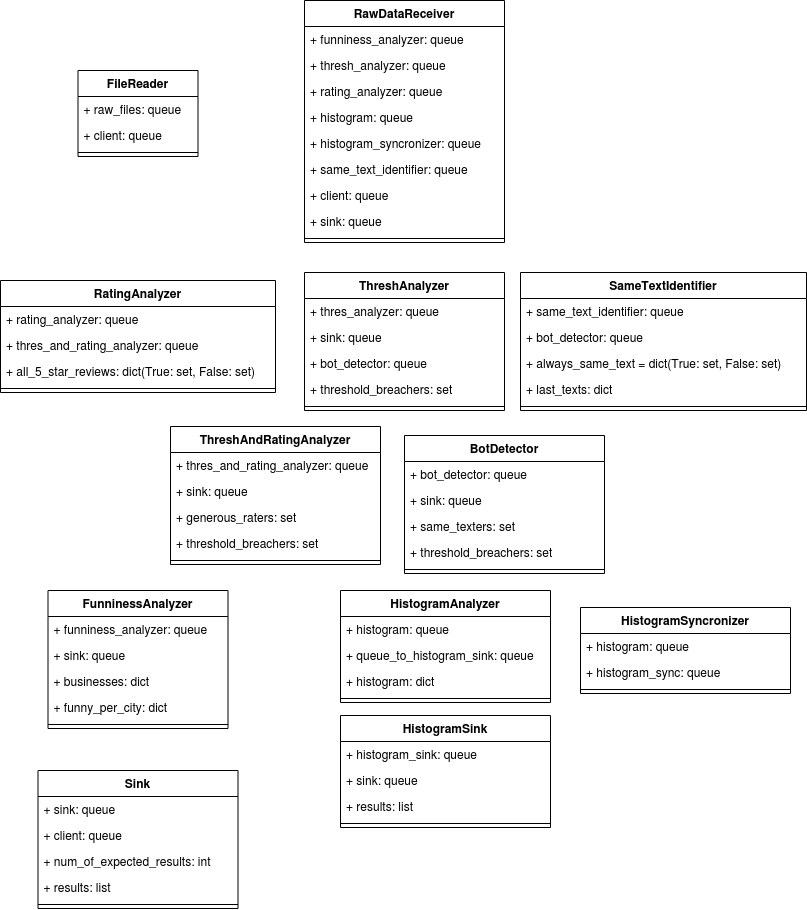
The draw.io diagram diagramas/clases.png in rozanecm/7574-tp2, before a commit. Source tidied: cells renumbered, new cells last; positions are measured from the earlier drawing's top-left corner, leaving out a move shared by most shapes.
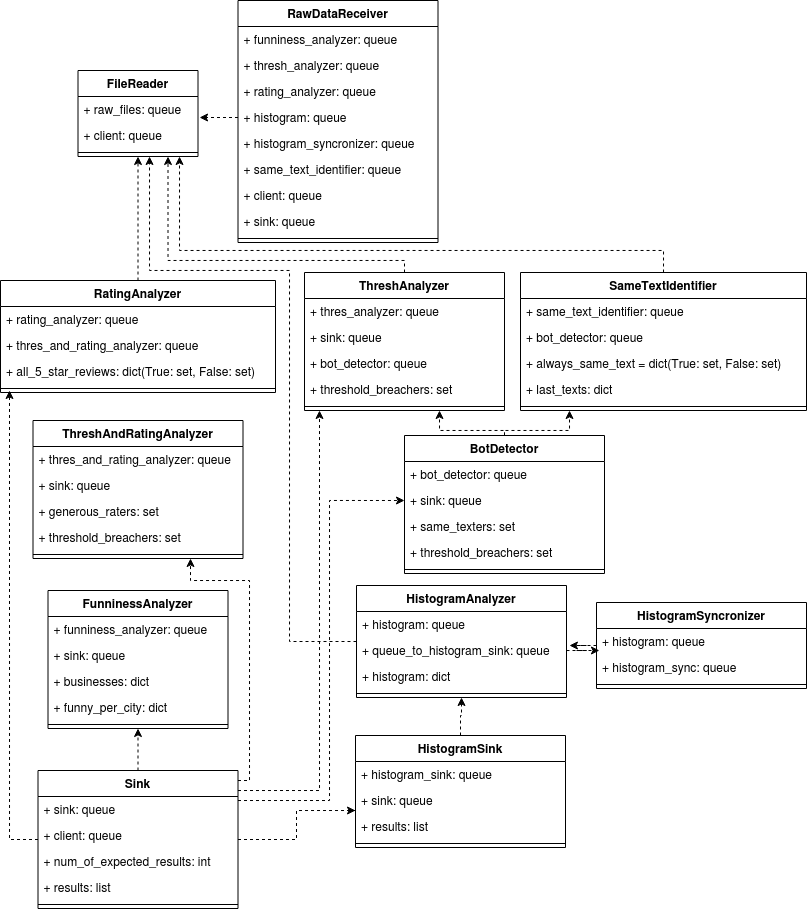
After the commit.

What changed in the source:
```diff
@@ -14,6 +14,24 @@
     <mxCell id="5" style="line;strokeWidth=1;fillColor=none;align=left;verticalAlign=middle;spacingTop=-1;spacingLeft=3;spacingRight=3;labelPosition=right;points=[];portConstraint=eastwest;" parent="2" vertex="1">
       <mxGeometry y="78" width="120" height="8" as="geometry" />
     </mxCell>
+    <mxCell id="71" style="edgeStyle=orthogonalEdgeStyle;rounded=0;jettySize=auto;html=1;dashed=1;" parent="1" edge="1" source="6">
+      <mxGeometry relative="1" as="geometry">
+        <mxPoint x="439" y="410" as="targetPoint" />
+        <Array as="points">
+          <mxPoint x="504" y="430" />
+          <mxPoint x="439" y="430" />
+        </Array>
+      </mxGeometry>
+    </mxCell>
+    <mxCell id="72" style="edgeStyle=orthogonalEdgeStyle;rounded=0;jettySize=auto;html=1;dashed=1;" parent="1" edge="1" source="6">
+      <mxGeometry relative="1" as="geometry">
+        <mxPoint x="569" y="410" as="targetPoint" />
+        <Array as="points">
+          <mxPoint x="504" y="430" />
+          <mxPoint x="569" y="430" />
+        </Array>
+      </mxGeometry>
+    </mxCell>
     <mxCell id="6" value="BotDetector" style="swimlane;fontStyle=1;align=center;verticalAlign=top;horizontal=1;startSize=26;" parent="1" vertex="1">
       <mxGeometry x="404" y="435" width="200" height="138" as="geometry" />
     </mxCell>
@@ -50,8 +68,17 @@
     <mxCell id="17" style="line;strokeWidth=1;fillColor=none;align=left;verticalAlign=middle;spacingTop=-1;spacingLeft=3;spacingRight=3;labelPosition=right;" parent="12" vertex="1">
       <mxGeometry y="130" width="180" height="8" as="geometry" />
     </mxCell>
+    <mxCell id="73" style="edgeStyle=orthogonalEdgeStyle;rounded=0;jettySize=auto;html=1;dashed=1;" parent="1" edge="1" source="18" target="5">
+      <mxGeometry relative="1" as="geometry">
+        <Array as="points">
+          <mxPoint x="289" y="641" />
+          <mxPoint x="289" y="270" />
+          <mxPoint x="149" y="270" />
+        </Array>
+      </mxGeometry>
+    </mxCell>
     <mxCell id="18" value="HistogramAnalyzer" style="swimlane;fontStyle=1;align=center;verticalAlign=top;horizontal=1;startSize=26;" parent="1" vertex="1">
-      <mxGeometry x="340" y="590" width="210" height="112" as="geometry" />
+      <mxGeometry x="356" y="585" width="210" height="112" as="geometry" />
     </mxCell>
     <mxCell id="19" value="+ histogram: queue" style="text;strokeColor=none;fillColor=none;align=left;verticalAlign=top;spacingLeft=4;spacingRight=4;overflow=hidden;" parent="18" vertex="1">
       <mxGeometry y="26" width="210" height="26" as="geometry" />
@@ -65,8 +92,11 @@
     <mxCell id="22" style="line;strokeWidth=1;fillColor=none;align=left;verticalAlign=middle;spacingTop=-1;spacingLeft=3;spacingRight=3;labelPosition=right;" parent="18" vertex="1">
       <mxGeometry y="104" width="210" height="8" as="geometry" />
     </mxCell>
+    <mxCell id="74" style="edgeStyle=orthogonalEdgeStyle;rounded=0;jettySize=auto;html=1;entryX=0.5;entryY=1;entryDx=0;entryDy=0;dashed=1;" parent="1" edge="1" source="23" target="18">
+      <mxGeometry relative="1" as="geometry" />
+    </mxCell>
     <mxCell id="23" value="HistogramSink" style="swimlane;fontStyle=1;align=center;verticalAlign=top;horizontal=1;startSize=26;" parent="1" vertex="1">
-      <mxGeometry x="340" y="715" width="210" height="112" as="geometry" />
+      <mxGeometry x="355" y="735" width="210" height="112" as="geometry" />
     </mxCell>
     <mxCell id="24" value="+ histogram_sink: queue" style="text;strokeColor=none;fillColor=none;align=left;verticalAlign=top;spacingLeft=4;spacingRight=4;overflow=hidden;" parent="23" vertex="1">
       <mxGeometry y="26" width="210" height="26" as="geometry" />
@@ -80,8 +110,11 @@
     <mxCell id="27" style="line;strokeWidth=1;fillColor=none;align=left;verticalAlign=middle;spacingTop=-1;spacingLeft=3;spacingRight=3;labelPosition=right;" parent="23" vertex="1">
       <mxGeometry y="104" width="210" height="8" as="geometry" />
     </mxCell>
+    <mxCell id="75" style="edgeStyle=orthogonalEdgeStyle;rounded=0;jettySize=auto;html=1;entryX=1.014;entryY=0.308;entryDx=0;entryDy=0;entryPerimeter=0;dashed=1;" parent="1" edge="1" source="28" target="20">
+      <mxGeometry relative="1" as="geometry" />
+    </mxCell>
     <mxCell id="28" value="HistogramSyncronizer" style="swimlane;fontStyle=1;align=center;verticalAlign=top;horizontal=1;startSize=26;" parent="1" vertex="1">
-      <mxGeometry x="580" y="607" width="210" height="86" as="geometry" />
+      <mxGeometry x="596" y="602" width="210" height="86" as="geometry" />
     </mxCell>
     <mxCell id="29" value="+ histogram: queue" style="text;strokeColor=none;fillColor=none;align=left;verticalAlign=top;spacingLeft=4;spacingRight=4;overflow=hidden;points=[[0,0.5],[1,0.5]];portConstraint=eastwest;" parent="28" vertex="1">
       <mxGeometry y="26" width="210" height="26" as="geometry" />
@@ -92,6 +125,9 @@
     <mxCell id="31" style="line;strokeWidth=1;fillColor=none;align=left;verticalAlign=middle;spacingTop=-1;spacingLeft=3;spacingRight=3;labelPosition=right;" parent="28" vertex="1">
       <mxGeometry y="78" width="210" height="8" as="geometry" />
     </mxCell>
+    <mxCell id="76" style="edgeStyle=orthogonalEdgeStyle;rounded=0;jettySize=auto;html=1;entryX=0.5;entryY=1;entryDx=0;entryDy=0;dashed=1;" parent="1" edge="1" source="32" target="2">
+      <mxGeometry relative="1" as="geometry" />
+    </mxCell>
     <mxCell id="32" value="RatingAnalyzer" style="swimlane;fontStyle=1;align=center;verticalAlign=top;horizontal=1;startSize=26;" parent="1" vertex="1">
       <mxGeometry y="280" width="275" height="112" as="geometry" />
     </mxCell>
@@ -108,7 +144,7 @@
       <mxGeometry y="104" width="275" height="8" as="geometry" />
     </mxCell>
     <mxCell id="37" value="RawDataReceiver" style="swimlane;fontStyle=1;align=center;verticalAlign=top;horizontal=1;startSize=26;" parent="1" vertex="1">
-      <mxGeometry x="304" width="200" height="242" as="geometry" />
+      <mxGeometry x="237.5" width="200" height="242" as="geometry" />
     </mxCell>
     <mxCell id="38" value="+ funniness_analyzer: queue" style="text;strokeColor=none;fillColor=none;align=left;verticalAlign=top;spacingLeft=4;spacingRight=4;overflow=hidden;" parent="37" vertex="1">
       <mxGeometry y="26" width="200" height="26" as="geometry" />
@@ -137,6 +173,14 @@
     <mxCell id="46" style="line;strokeWidth=1;fillColor=none;align=left;verticalAlign=middle;spacingTop=-1;spacingLeft=3;spacingRight=3;labelPosition=right;" parent="37" vertex="1">
       <mxGeometry y="234" width="200" height="8" as="geometry" />
     </mxCell>
+    <mxCell id="77" style="edgeStyle=orthogonalEdgeStyle;rounded=0;jettySize=auto;html=1;dashed=1;" parent="1" edge="1" source="47" target="5">
+      <mxGeometry relative="1" as="geometry">
+        <Array as="points">
+          <mxPoint x="663" y="250" />
+          <mxPoint x="179" y="250" />
+        </Array>
+      </mxGeometry>
+    </mxCell>
     <mxCell id="47" value="SameTextIdentifier" style="swimlane;fontStyle=1;align=center;verticalAlign=top;horizontal=1;startSize=26;" parent="1" vertex="1">
       <mxGeometry x="520" y="272" width="286" height="138" as="geometry" />
     </mxCell>
@@ -155,6 +199,49 @@
     <mxCell id="52" style="line;strokeWidth=1;fillColor=none;align=left;verticalAlign=middle;spacingTop=-1;spacingLeft=3;spacingRight=3;labelPosition=right;" parent="47" vertex="1">
       <mxGeometry y="130" width="286" height="8" as="geometry" />
     </mxCell>
+    <mxCell id="78" style="edgeStyle=orthogonalEdgeStyle;rounded=0;jettySize=auto;html=1;dashed=1;" parent="1" edge="1" source="53">
+      <mxGeometry relative="1" as="geometry">
+        <mxPoint x="355" y="810" as="targetPoint" />
+        <Array as="points">
+          <mxPoint x="296" y="839" />
+          <mxPoint x="296" y="810" />
+          <mxPoint x="355" y="810" />
+        </Array>
+      </mxGeometry>
+    </mxCell>
+    <mxCell id="79" style="edgeStyle=orthogonalEdgeStyle;rounded=0;jettySize=auto;html=1;entryX=0.5;entryY=1;entryDx=0;entryDy=0;dashed=1;" parent="1" edge="1" source="53" target="12">
+      <mxGeometry relative="1" as="geometry" />
+    </mxCell>
+    <mxCell id="80" style="edgeStyle=orthogonalEdgeStyle;rounded=0;jettySize=auto;html=1;dashed=1;entryX=0.75;entryY=1;entryDx=0;entryDy=0;" parent="1" edge="1" source="53" target="59">
+      <mxGeometry relative="1" as="geometry">
+        <Array as="points">
+          <mxPoint x="249" y="780" />
+          <mxPoint x="249" y="580" />
+          <mxPoint x="190" y="580" />
+        </Array>
+      </mxGeometry>
+    </mxCell>
+    <mxCell id="81" style="edgeStyle=orthogonalEdgeStyle;rounded=0;jettySize=auto;html=1;dashed=1;" parent="1" edge="1" source="53">
+      <mxGeometry relative="1" as="geometry">
+        <mxPoint x="9" y="390" as="targetPoint" />
+      </mxGeometry>
+    </mxCell>
+    <mxCell id="82" style="edgeStyle=orthogonalEdgeStyle;rounded=0;jettySize=auto;html=1;dashed=1;" parent="1" edge="1" source="53">
+      <mxGeometry relative="1" as="geometry">
+        <mxPoint x="319" y="410" as="targetPoint" />
+        <Array as="points">
+          <mxPoint x="319" y="790" />
+        </Array>
+      </mxGeometry>
+    </mxCell>
+    <mxCell id="83" style="edgeStyle=orthogonalEdgeStyle;rounded=0;jettySize=auto;html=1;entryX=0;entryY=0.5;entryDx=0;entryDy=0;dashed=1;" parent="1" edge="1" source="53" target="8">
+      <mxGeometry relative="1" as="geometry">
+        <Array as="points">
+          <mxPoint x="329" y="800" />
+          <mxPoint x="329" y="500" />
+        </Array>
+      </mxGeometry>
+    </mxCell>
     <mxCell id="53" value="Sink" style="swimlane;fontStyle=1;align=center;verticalAlign=top;horizontal=1;startSize=26;" parent="1" vertex="1">
       <mxGeometry x="37.5" y="770" width="200" height="138" as="geometry" />
     </mxCell>
@@ -174,7 +261,7 @@
       <mxGeometry y="130" width="200" height="8" as="geometry" />
     </mxCell>
     <mxCell id="59" value="ThreshAndRatingAnalyzer" style="swimlane;fontStyle=1;align=center;verticalAlign=top;horizontal=1;startSize=26;" parent="1" vertex="1">
-      <mxGeometry x="170" y="426" width="210" height="138" as="geometry" />
+      <mxGeometry x="32.5" y="420" width="210" height="138" as="geometry" />
     </mxCell>
     <mxCell id="60" value="+ thres_and_rating_analyzer: queue" style="text;strokeColor=none;fillColor=none;align=left;verticalAlign=top;spacingLeft=4;spacingRight=4;overflow=hidden;" parent="59" vertex="1">
       <mxGeometry y="26" width="210" height="26" as="geometry" />
@@ -191,6 +278,14 @@
     <mxCell id="64" style="line;strokeWidth=1;fillColor=none;align=left;verticalAlign=middle;spacingTop=-1;spacingLeft=3;spacingRight=3;labelPosition=right;" parent="59" vertex="1">
       <mxGeometry y="130" width="210" height="8" as="geometry" />
     </mxCell>
+    <mxCell id="84" style="edgeStyle=orthogonalEdgeStyle;rounded=0;jettySize=auto;html=1;entryX=0.75;entryY=1;entryDx=0;entryDy=0;dashed=1;" parent="1" edge="1" source="65" target="2">
+      <mxGeometry relative="1" as="geometry">
+        <Array as="points">
+          <mxPoint x="404" y="260" />
+          <mxPoint x="168" y="260" />
+        </Array>
+      </mxGeometry>
+    </mxCell>
     <mxCell id="65" value="ThreshAnalyzer" style="swimlane;fontStyle=1;align=center;verticalAlign=top;horizontal=1;startSize=26;" parent="1" vertex="1">
       <mxGeometry x="304" y="272" width="200" height="138" as="geometry" />
     </mxCell>
@@ -209,5 +304,11 @@
     <mxCell id="70" style="line;strokeWidth=1;fillColor=none;align=left;verticalAlign=middle;spacingTop=-1;spacingLeft=3;spacingRight=3;labelPosition=right;" parent="65" vertex="1">
       <mxGeometry y="130" width="200" height="8" as="geometry" />
     </mxCell>
+    <mxCell id="85" style="edgeStyle=orthogonalEdgeStyle;rounded=0;jettySize=auto;html=1;entryX=1.013;entryY=-0.192;entryDx=0;entryDy=0;entryPerimeter=0;dashed=1;" parent="1" edge="1" source="41" target="4">
+      <mxGeometry relative="1" as="geometry" />
+    </mxCell>
+    <mxCell id="86" style="edgeStyle=orthogonalEdgeStyle;rounded=0;jettySize=auto;html=1;entryX=0.014;entryY=0.846;entryDx=0;entryDy=0;entryPerimeter=0;dashed=1;" parent="1" edge="1" source="20" target="29">
+      <mxGeometry relative="1" as="geometry" />
+    </mxCell>
   </root>
 </mxGraphModel>
```
